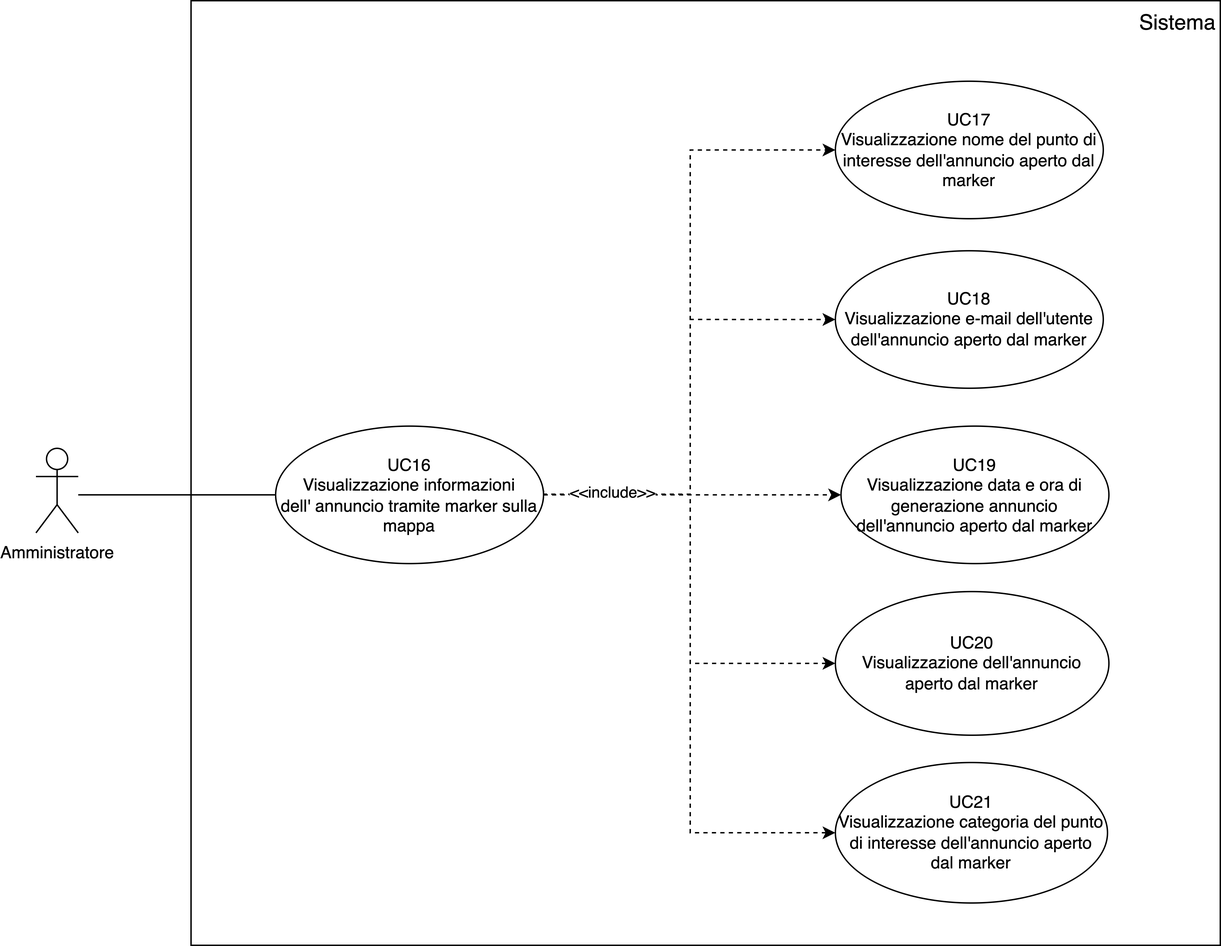
Before: assets/use_cases/UC16-17-18-19-20-21.png, a diagram exported from draw.io (SWEatUNIPD/docs). Source tidied: cells renumbered, new cells last; positions are measured from the earlier drawing's top-left corner, leaving out a move shared by most shapes.
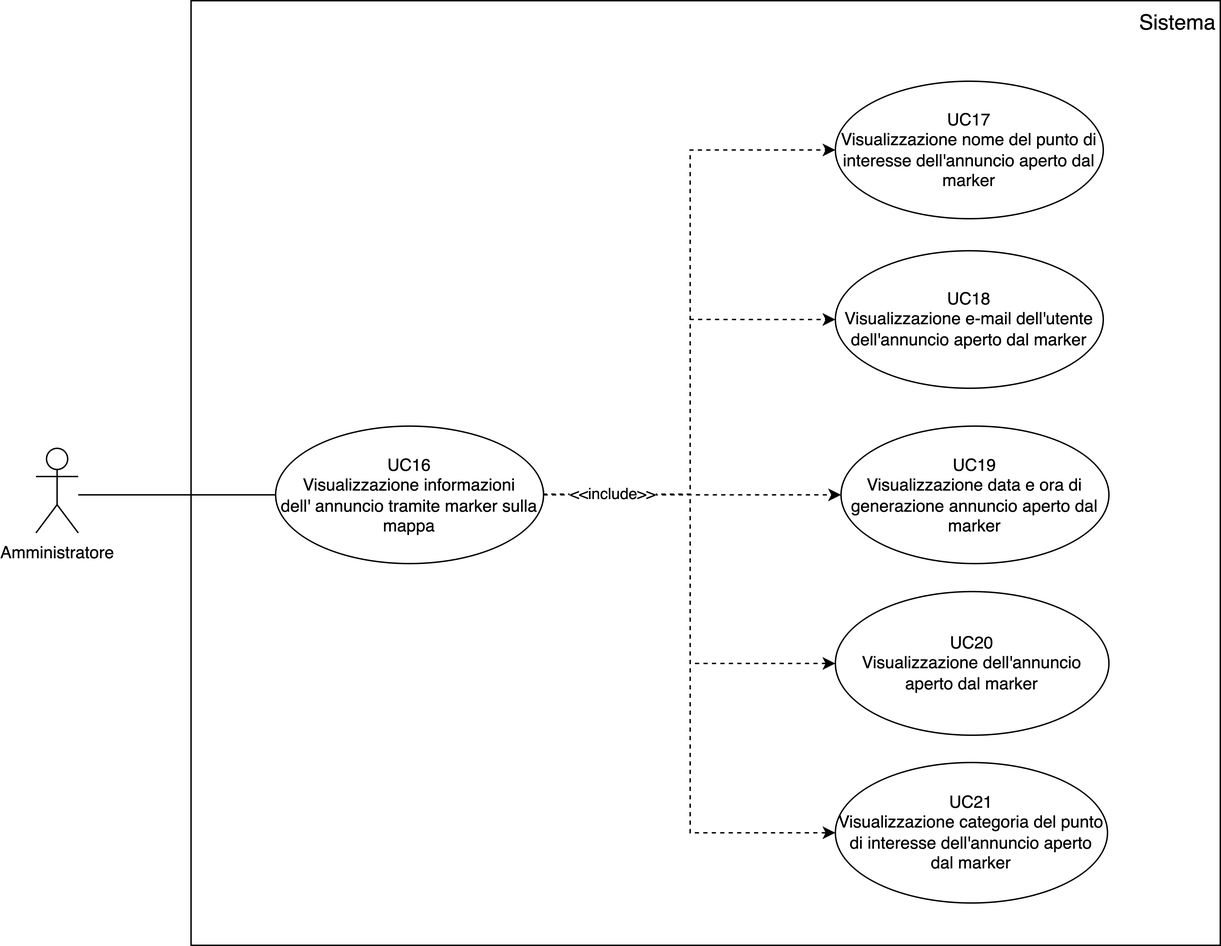
After the change.

The edit, as a diff of the source:
```diff
@@ -73,7 +73,7 @@
     <mxCell id="14" value="UC18&lt;div&gt;Visualizzazione e-mail dell'utente dell'annuncio aperto dal marker&lt;/div&gt;" style="ellipse;whiteSpace=wrap;html=1;fillColor=none;" parent="1" vertex="1">
       <mxGeometry x="567" y="177.4" width="190" height="97.5" as="geometry" />
     </mxCell>
-    <mxCell id="15" value="UC19&lt;div&gt;Visualizzazione data e ora di generazione annuncio dell'annuncio aperto dal marker&lt;/div&gt;" style="ellipse;whiteSpace=wrap;html=1;fillColor=none;" parent="1" vertex="1">
+    <mxCell id="15" value="UC19&lt;div&gt;Visualizzazione data e ora di generazione annuncio aperto dal marker&lt;/div&gt;" style="ellipse;whiteSpace=wrap;html=1;fillColor=none;" parent="1" vertex="1">
       <mxGeometry x="571" y="301.8" width="190" height="97.5" as="geometry" />
     </mxCell>
     <mxCell id="16" value="UC21&lt;div&gt;Visualizzazione categoria del punto di interesse dell'annuncio aperto dal marker&lt;/div&gt;" style="ellipse;whiteSpace=wrap;html=1;fillColor=none;" parent="1" vertex="1">
```
